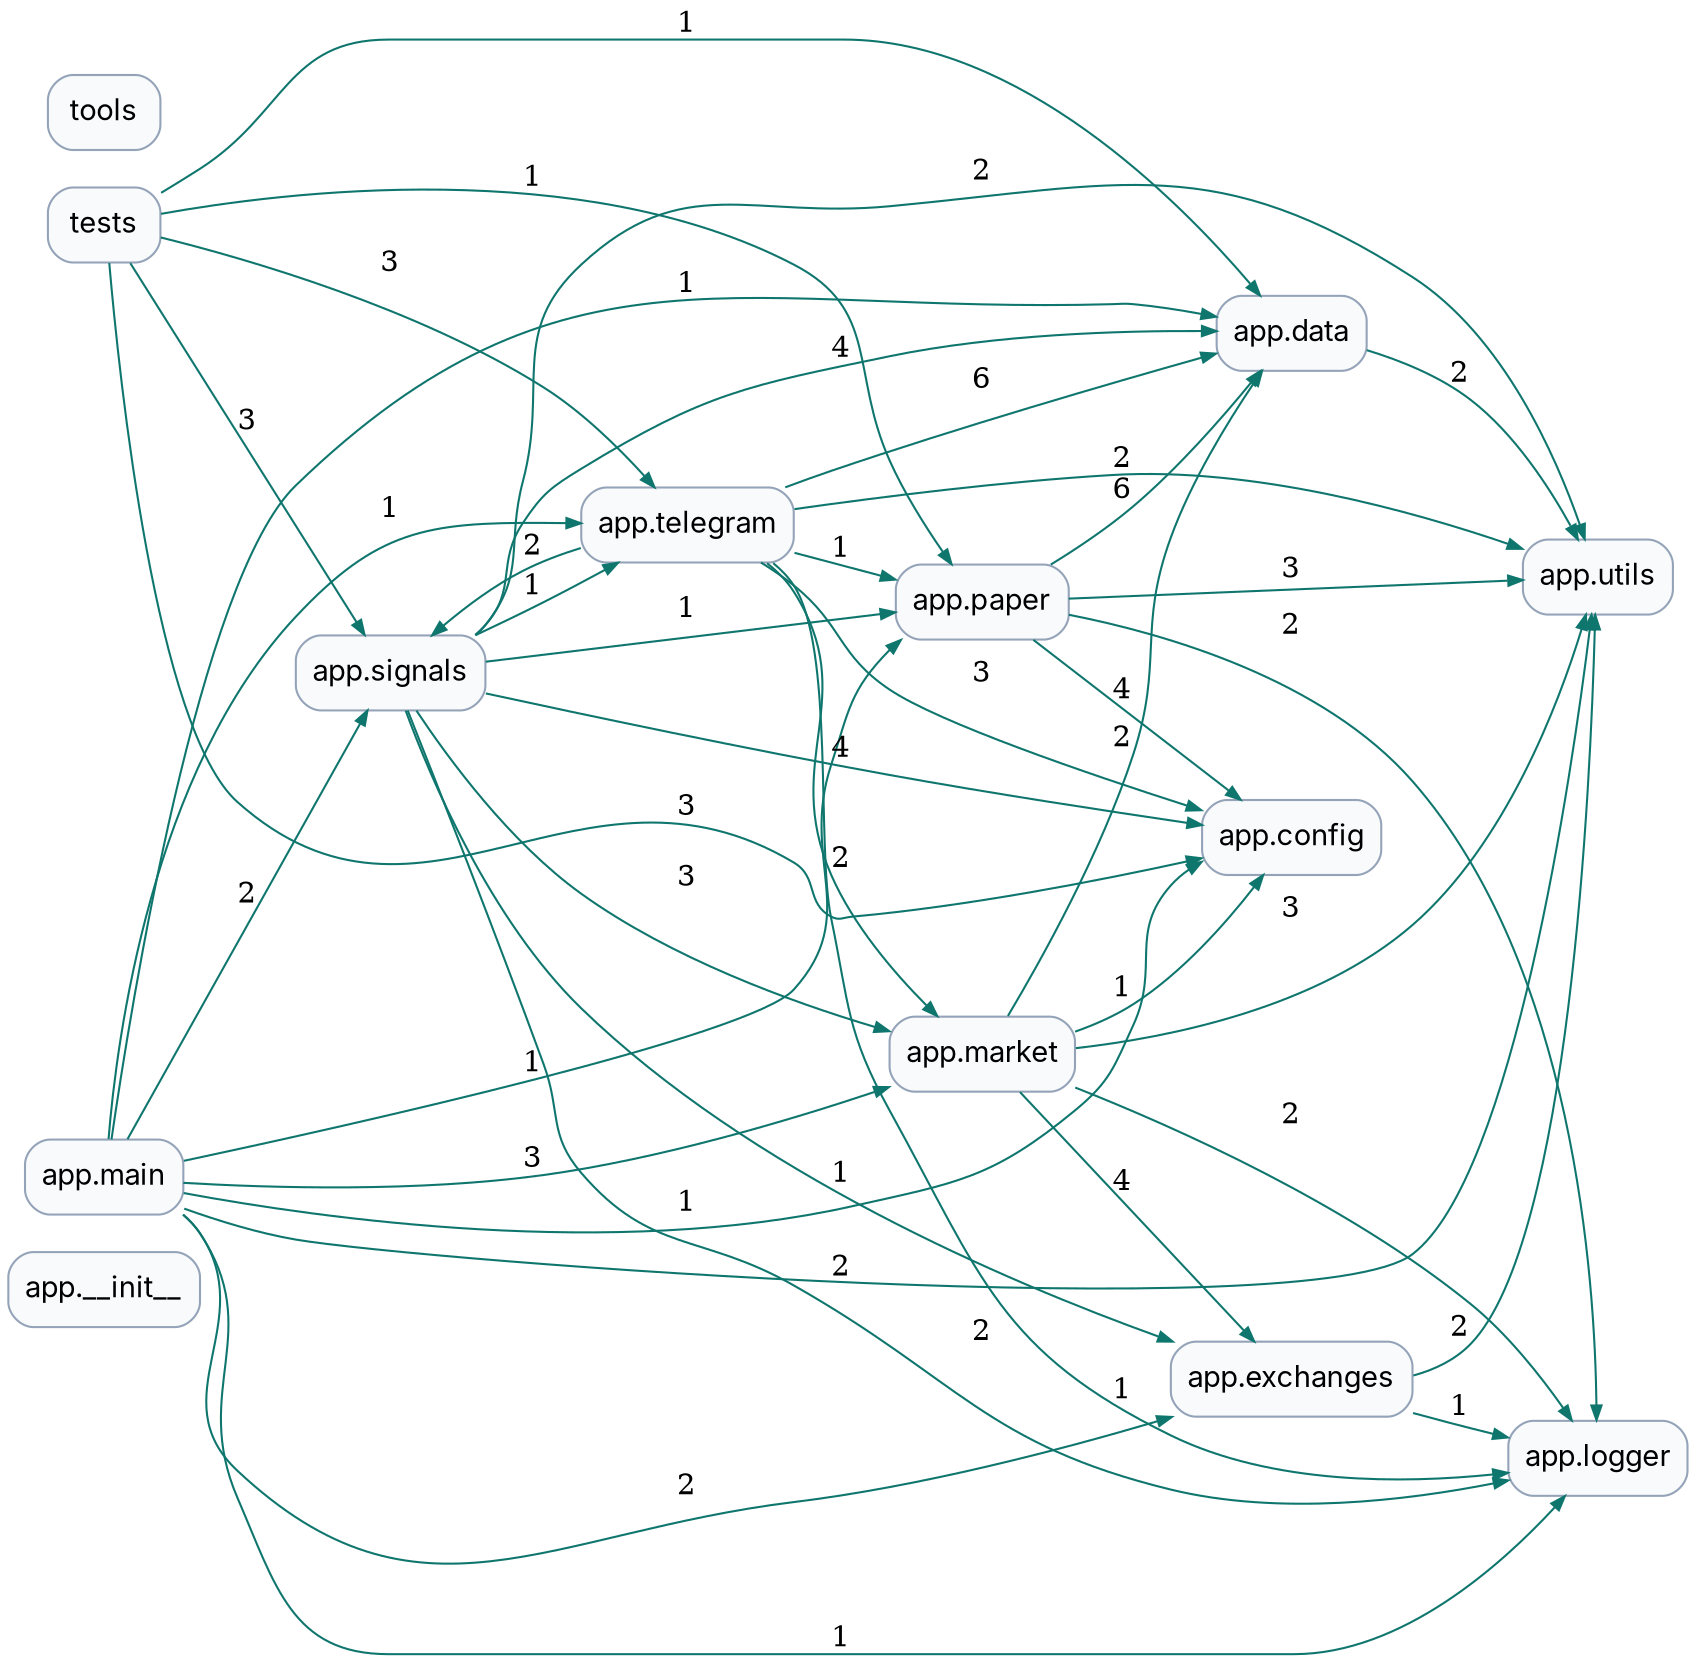
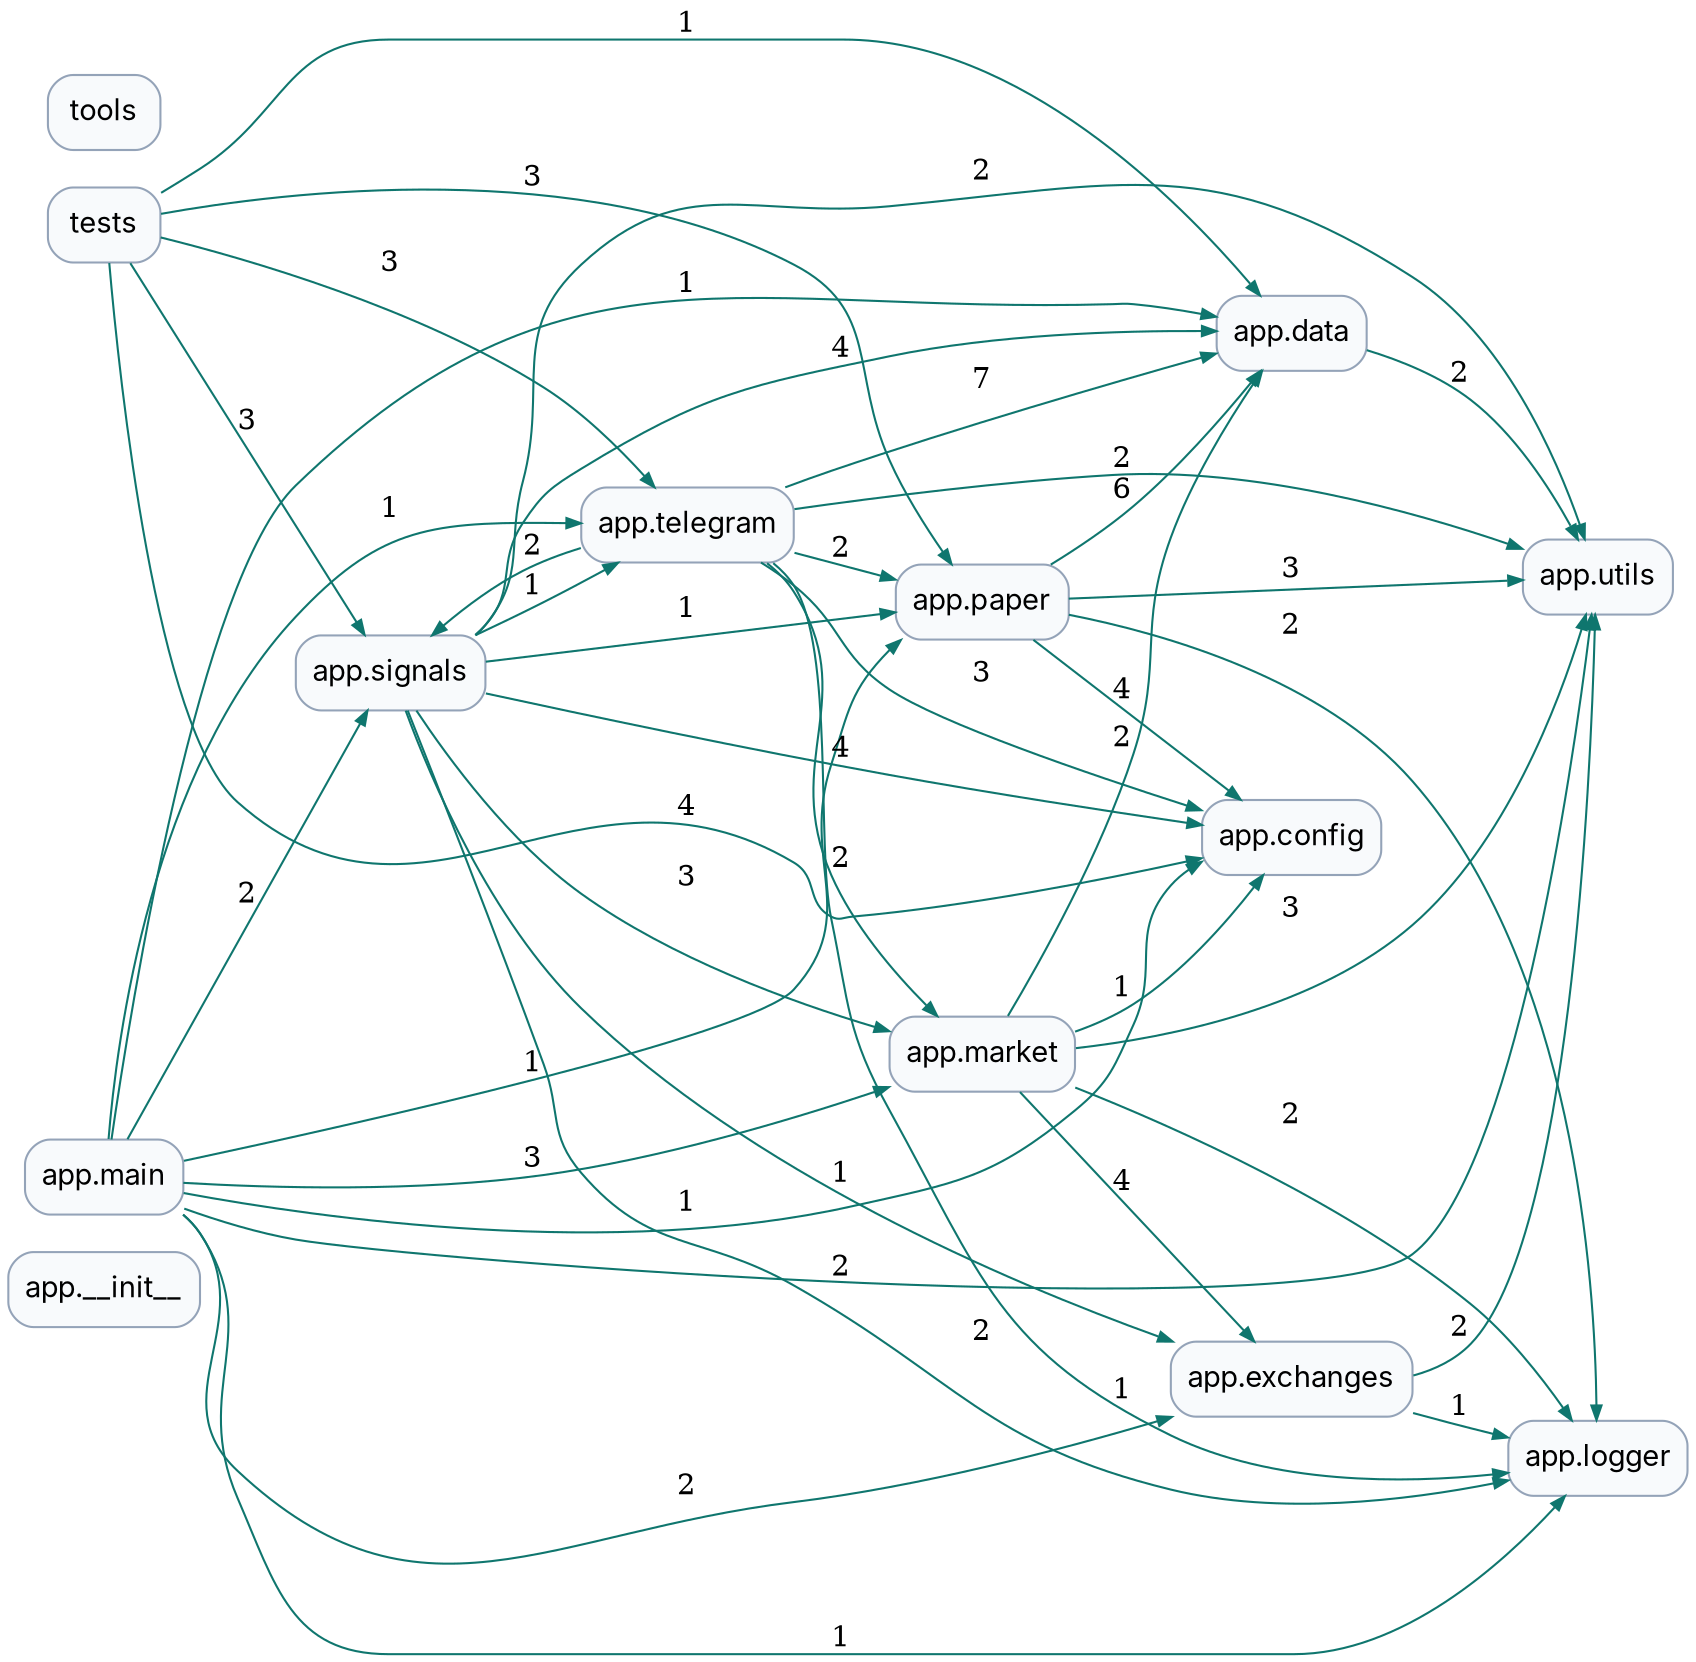
digraph dependencies {
  graph [rankdir=LR, bgcolor="white", splines=true];
  node [shape=box, style="rounded,filled", fillcolor="#f8fafc", color="#94a3b8", fontname="Inter"];
  edge [color="#0f766e", arrowsize=0.7];
  "app.__init__";
  "app.config";
  "app.data";
  "app.exchanges";
  "app.logger";
  "app.main";
  "app.market";
  "app.paper";
  "app.signals";
  "app.telegram";
  "app.utils";
  "tests";
  "tools";
  "app.data" -> "app.utils" [label="2"];
  "app.exchanges" -> "app.logger" [label="1"];
  "app.exchanges" -> "app.utils" [label="2"];
  "app.main" -> "app.config" [label="1"];
  "app.main" -> "app.data" [label="1"];
  "app.main" -> "app.exchanges" [label="2"];
  "app.main" -> "app.logger" [label="1"];
  "app.main" -> "app.market" [label="3"];
  "app.main" -> "app.paper" [label="1"];
  "app.main" -> "app.signals" [label="2"];
  "app.main" -> "app.telegram" [label="1"];
  "app.main" -> "app.utils" [label="2"];
  "app.market" -> "app.config" [label="1"];
  "app.market" -> "app.data" [label="2"];
  "app.market" -> "app.exchanges" [label="4"];
  "app.market" -> "app.logger" [label="2"];
  "app.market" -> "app.utils" [label="3"];
  "app.paper" -> "app.config" [label="4"];
  "app.paper" -> "app.data" [label="6"];
  "app.paper" -> "app.logger" [label="2"];
  "app.paper" -> "app.utils" [label="3"];
  "app.signals" -> "app.config" [label="4"];
  "app.signals" -> "app.data" [label="4"];
  "app.signals" -> "app.exchanges" [label="1"];
  "app.signals" -> "app.logger" [label="2"];
  "app.signals" -> "app.market" [label="3"];
  "app.signals" -> "app.paper" [label="1"];
  "app.signals" -> "app.telegram" [label="1"];
  "app.signals" -> "app.utils" [label="2"];
  "app.telegram" -> "app.config" [label="3"];
-   "app.telegram" -> "app.data" [label="6"];
+   "app.telegram" -> "app.data" [label="7"];
  "app.telegram" -> "app.logger" [label="1"];
  "app.telegram" -> "app.market" [label="2"];
-   "app.telegram" -> "app.paper" [label="1"];
+   "app.telegram" -> "app.paper" [label="2"];
  "app.telegram" -> "app.signals" [label="2"];
  "app.telegram" -> "app.utils" [label="2"];
-   "tests" -> "app.config" [label="3"];
+   "tests" -> "app.config" [label="4"];
  "tests" -> "app.data" [label="1"];
-   "tests" -> "app.paper" [label="1"];
+   "tests" -> "app.paper" [label="3"];
  "tests" -> "app.signals" [label="3"];
  "tests" -> "app.telegram" [label="3"];
}
